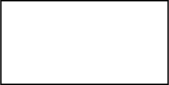
AAAAAAAyq/Personal-Studying keeps this draw.io diagram as mask.svg. Above is the earlier version. Source tidied: cells renumbered, new cells last; positions are measured from the earlier drawing's top-left corner, leaving out a move shared by most shapes.
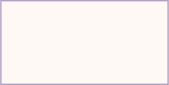
After the change.

What changed in the source:
```diff
@@ -2,7 +2,7 @@
   <root>
     <mxCell id="0" />
     <mxCell id="1" parent="0" />
-    <mxCell id="2" style="rounded=0;whiteSpace=wrap;html=1;" parent="1" vertex="1">
+    <mxCell id="2" style="rounded=0;whiteSpace=wrap;html=1;fillColor=#FEF9F5;strokeColor=#B0A0C3;" parent="1" vertex="1">
       <mxGeometry width="120" height="60" as="geometry" />
     </mxCell>
   </root>
```
